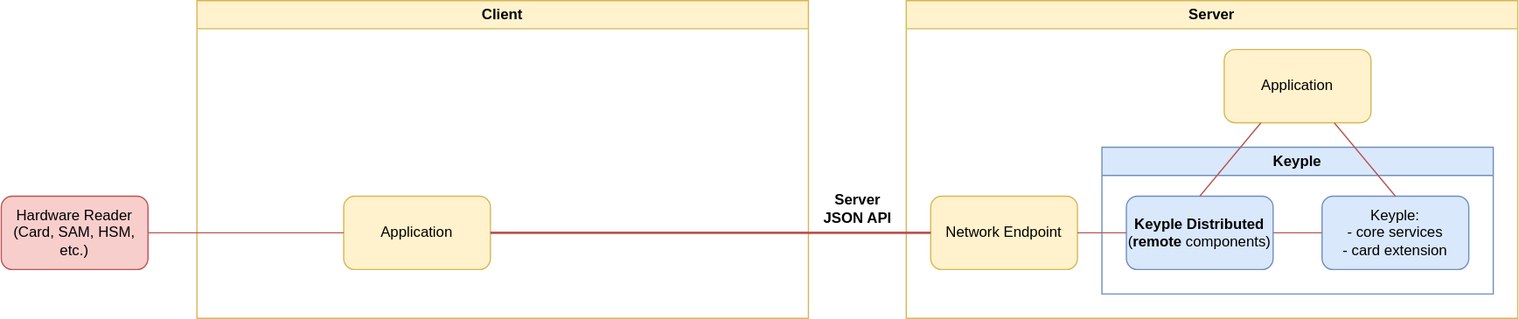
Before: static/media/learn/user-guide/distributed-application/distributed_solution_2_layers_overview.drawio.svg, a diagram exported from draw.io (eclipse-keyple/keyple-website). Source tidied: cells renumbered, new cells last; positions are measured from the earlier drawing's top-left corner, leaving out a move shared by most shapes.
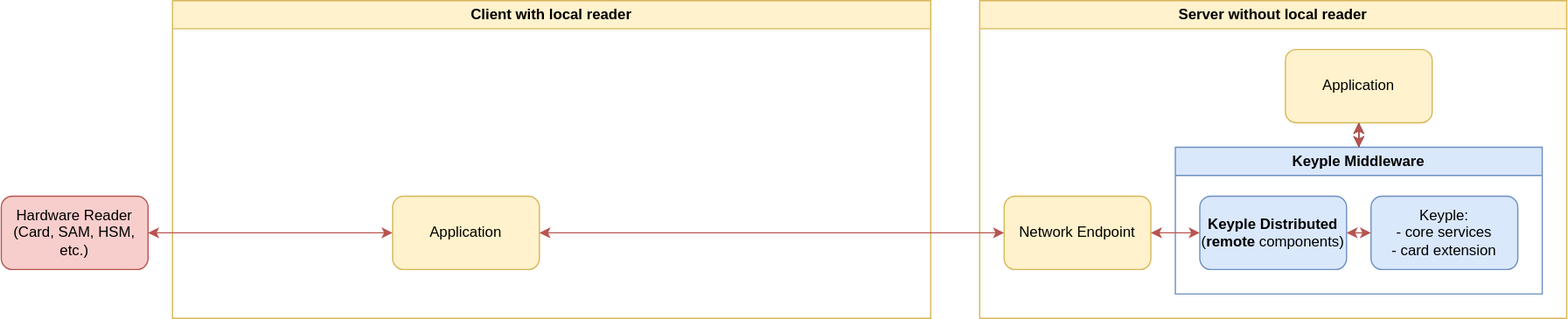
After the change.

Change to the diagram source:
```diff
@@ -2,53 +2,50 @@
   <root>
     <mxCell id="0" />
     <mxCell id="1" parent="0" />
-    <mxCell id="2" value="Client" style="swimlane;whiteSpace=wrap;html=1;fillColor=#fff2cc;strokeColor=#d6b656;" parent="1" vertex="1">
-      <mxGeometry x="160" width="500" height="260" as="geometry" />
-    </mxCell>
-    <mxCell id="3" value="Application" style="rounded=1;whiteSpace=wrap;html=1;fillColor=#fff2cc;strokeColor=#d6b656;" parent="2" vertex="1">
-      <mxGeometry x="120" y="160" width="120" height="60" as="geometry" />
-    </mxCell>
+    <mxCell id="18" value="Client with local reader" style="swimlane;whiteSpace=wrap;html=1;fillColor=#fff2cc;strokeColor=#d6b656;startSize=23;" parent="1" vertex="1">
+      <mxGeometry x="140" width="620" height="260" as="geometry" />
+    </mxCell>
+    <mxCell id="19" value="Application" style="rounded=1;whiteSpace=wrap;html=1;fillColor=#fff2cc;strokeColor=#d6b656;" parent="18" vertex="1">
+      <mxGeometry x="180" y="160" width="120" height="60" as="geometry" />
+    </mxCell>
     <mxCell id="4" value="Hardware Reader&lt;br&gt;(Card, SAM, HSM, etc.)" style="rounded=1;whiteSpace=wrap;html=1;fillColor=#f8cecc;strokeColor=#b85450;" parent="1" vertex="1">
       <mxGeometry y="160" width="120" height="60" as="geometry" />
     </mxCell>
-    <mxCell id="5" value="Server" style="swimlane;whiteSpace=wrap;html=1;startSize=23;fillColor=#fff2cc;strokeColor=#d6b656;" parent="1" vertex="1">
-      <mxGeometry x="740" width="500" height="260" as="geometry" />
-    </mxCell>
-    <mxCell id="6" value="Application" style="rounded=1;whiteSpace=wrap;html=1;fillColor=#fff2cc;strokeColor=#d6b656;" parent="5" vertex="1">
-      <mxGeometry x="260" y="40" width="120" height="60" as="geometry" />
-    </mxCell>
-    <mxCell id="7" value="Keyple" style="swimlane;whiteSpace=wrap;html=1;fillColor=#dae8fc;strokeColor=#6c8ebf;" parent="5" vertex="1">
-      <mxGeometry x="160" y="120" width="320" height="120" as="geometry" />
-    </mxCell>
+    <mxCell id="20" value="Server without local reader" style="swimlane;whiteSpace=wrap;html=1;startSize=23;fillColor=#fff2cc;strokeColor=#d6b656;" parent="1" vertex="1">
+      <mxGeometry x="800" width="480" height="260" as="geometry" />
+    </mxCell>
+    <mxCell id="21" style="edgeStyle=orthogonalEdgeStyle;rounded=0;jettySize=auto;html=1;startArrow=classic;startFill=1;endArrow=classic;endFill=1;entryX=0.5;entryY=0;entryDx=0;entryDy=0;" parent="20" edge="1" source="22" target="23">
+      <mxGeometry relative="1" as="geometry" />
+    </mxCell>
+    <mxCell id="22" value="Application" style="rounded=1;whiteSpace=wrap;html=1;fillColor=#fff2cc;strokeColor=#d6b656;" parent="20" vertex="1">
+      <mxGeometry x="250" y="40" width="120" height="60" as="geometry" />
+    </mxCell>
+    <mxCell id="23" value="Keyple Middleware" style="swimlane;whiteSpace=wrap;html=1;fillColor=#dae8fc;strokeColor=#6c8ebf;" parent="20" vertex="1">
+      <mxGeometry x="160" y="120" width="300" height="120" as="geometry" />
+    </mxCell>
-    <mxCell id="8" value="Keyple:&lt;br&gt;- core services&lt;br&gt;- card extension" style="rounded=1;whiteSpace=wrap;html=1;fillColor=#dae8fc;strokeColor=#6c8ebf;" parent="7" vertex="1">
-      <mxGeometry x="180" y="40" width="120" height="60" as="geometry" />
+    <mxCell id="8" value="Keyple:&lt;br&gt;- core services&lt;br&gt;- card extension" style="rounded=1;whiteSpace=wrap;html=1;fillColor=#dae8fc;strokeColor=#6c8ebf;" parent="23" vertex="1">
+      <mxGeometry x="160" y="40" width="120" height="60" as="geometry" />
     </mxCell>
-    <mxCell id="9" style="edgeStyle=none;rounded=0;jettySize=auto;html=1;exitX=1;exitY=0.5;exitDx=0;exitDy=0;entryX=0;entryY=0.5;entryDx=0;entryDy=0;strokeWidth=1;endArrow=none;endFill=0;fillColor=#f8cecc;strokeColor=#b85450;" parent="7" edge="1" source="10" target="8">
+    <mxCell id="9" style="edgeStyle=none;rounded=0;jettySize=auto;html=1;exitX=1;exitY=0.5;exitDx=0;exitDy=0;entryX=0;entryY=0.5;entryDx=0;entryDy=0;strokeWidth=1;endArrow=classic;endFill=1;fillColor=#f8cecc;strokeColor=#b85450;startArrow=classic;startFill=1;" parent="23" edge="1" source="10" target="8">
       <mxGeometry relative="1" as="geometry" />
     </mxCell>
-    <mxCell id="10" value="&lt;b&gt;Keyple Distributed&lt;/b&gt;&lt;br&gt;(&lt;b&gt;remote&lt;/b&gt; components)" style="rounded=1;whiteSpace=wrap;html=1;fillColor=#dae8fc;strokeColor=#6c8ebf;" parent="7" vertex="1">
+    <mxCell id="10" value="&lt;b&gt;Keyple Distributed&lt;/b&gt;&lt;br&gt;(&lt;b&gt;remote&lt;/b&gt; components)" style="rounded=1;whiteSpace=wrap;html=1;fillColor=#dae8fc;strokeColor=#6c8ebf;" parent="23" vertex="1">
       <mxGeometry x="20" y="40" width="120" height="60" as="geometry" />
     </mxCell>
-    <mxCell id="11" value="Network Endpoint" style="rounded=1;whiteSpace=wrap;html=1;fillColor=#fff2cc;strokeColor=#d6b656;" parent="5" vertex="1">
+    <mxCell id="11" value="Network Endpoint" style="rounded=1;whiteSpace=wrap;html=1;fillColor=#fff2cc;strokeColor=#d6b656;" parent="20" vertex="1">
       <mxGeometry x="20" y="160" width="120" height="60" as="geometry" />
     </mxCell>
-    <mxCell id="12" style="edgeStyle=none;rounded=0;jettySize=auto;html=1;exitX=0.5;exitY=0;exitDx=0;exitDy=0;entryX=0.25;entryY=1;entryDx=0;entryDy=0;strokeWidth=1;endArrow=none;endFill=0;fillColor=#f8cecc;strokeColor=#b85450;" parent="5" edge="1" source="10" target="6">
-      <mxGeometry relative="1" as="geometry" />
-    </mxCell>
-    <mxCell id="13" style="edgeStyle=none;rounded=0;jettySize=auto;html=1;exitX=0.75;exitY=1;exitDx=0;exitDy=0;entryX=0.5;entryY=0;entryDx=0;entryDy=0;strokeWidth=1;endArrow=none;endFill=0;fillColor=#f8cecc;strokeColor=#b85450;" parent="5" edge="1" source="6" target="8">
-      <mxGeometry relative="1" as="geometry" />
-    </mxCell>
+    <mxCell id="24" style="edgeStyle=none;rounded=0;jettySize=auto;html=1;exitX=0.5;exitY=0;exitDx=0;exitDy=0;entryX=0.5;entryY=1;entryDx=0;entryDy=0;strokeWidth=1;endArrow=classic;endFill=1;fillColor=#f8cecc;strokeColor=#b85450;startArrow=classic;startFill=1;" parent="20" edge="1" source="23" target="22">
+      <mxGeometry relative="1" as="geometry" />
+    </mxCell>
-    <mxCell id="14" style="edgeStyle=none;rounded=0;jettySize=auto;html=1;exitX=1;exitY=0.5;exitDx=0;exitDy=0;entryX=0;entryY=0.5;entryDx=0;entryDy=0;strokeWidth=1;endArrow=none;endFill=0;fillColor=#f8cecc;strokeColor=#b85450;" parent="5" edge="1" source="11" target="10">
+    <mxCell id="14" style="edgeStyle=none;rounded=0;jettySize=auto;html=1;exitX=1;exitY=0.5;exitDx=0;exitDy=0;entryX=0;entryY=0.5;entryDx=0;entryDy=0;strokeWidth=1;endArrow=classic;endFill=1;fillColor=#f8cecc;strokeColor=#b85450;startArrow=classic;startFill=1;" parent="20" edge="1" source="11" target="10">
       <mxGeometry relative="1" as="geometry" />
     </mxCell>
-    <mxCell id="15" style="edgeStyle=orthogonalEdgeStyle;rounded=0;jettySize=auto;html=1;exitX=0;exitY=0.5;exitDx=0;exitDy=0;entryX=1;entryY=0.5;entryDx=0;entryDy=0;endArrow=none;endFill=0;fillColor=#f8cecc;strokeColor=#b85450;strokeWidth=1;" parent="1" edge="1" source="3" target="4">
-      <mxGeometry relative="1" as="geometry" />
-    </mxCell>
-    <mxCell id="16" style="edgeStyle=none;rounded=0;jettySize=auto;html=1;exitX=1;exitY=0.5;exitDx=0;exitDy=0;entryX=0;entryY=0.5;entryDx=0;entryDy=0;strokeWidth=2;endArrow=none;endFill=0;fillColor=#f8cecc;strokeColor=#b85450;" parent="1" edge="1" source="3" target="11">
-      <mxGeometry relative="1" as="geometry" />
-    </mxCell>
-    <mxCell id="17" value="Server&lt;br&gt;JSON API" style="text;html=1;align=center;verticalAlign=middle;strokeColor=none;fillColor=none;fontStyle=1;" parent="1" vertex="1">
-      <mxGeometry x="660" y="150" width="80" height="40" as="geometry" />
-    </mxCell>
+    <mxCell id="25" style="edgeStyle=orthogonalEdgeStyle;rounded=0;jettySize=auto;html=1;exitX=0;exitY=0.5;exitDx=0;exitDy=0;entryX=1;entryY=0.5;entryDx=0;entryDy=0;endArrow=classic;endFill=1;fillColor=#f8cecc;strokeColor=#b85450;strokeWidth=1;startArrow=classic;startFill=1;" parent="1" edge="1" source="19" target="4">
+      <mxGeometry relative="1" as="geometry" />
+    </mxCell>
+    <mxCell id="26" style="edgeStyle=none;rounded=0;jettySize=auto;html=1;exitX=1;exitY=0.5;exitDx=0;exitDy=0;entryX=0;entryY=0.5;entryDx=0;entryDy=0;strokeWidth=1;endArrow=classic;endFill=1;fillColor=#f8cecc;strokeColor=#b85450;startArrow=classic;startFill=1;" parent="1" edge="1" source="19" target="11">
+      <mxGeometry relative="1" as="geometry" />
+    </mxCell>
   </root>
 </mxGraphModel>
```
